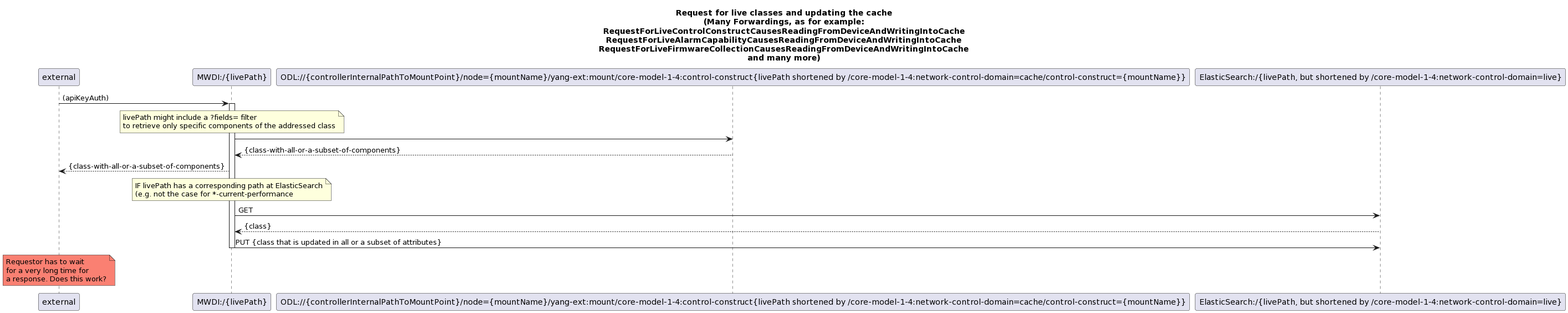
Earlier version of the PlantUML export spec/diagrams/500_LiveRessourcePathWithCacheUpdate.png (openBackhaul/MicroWaveDeviceInventory).
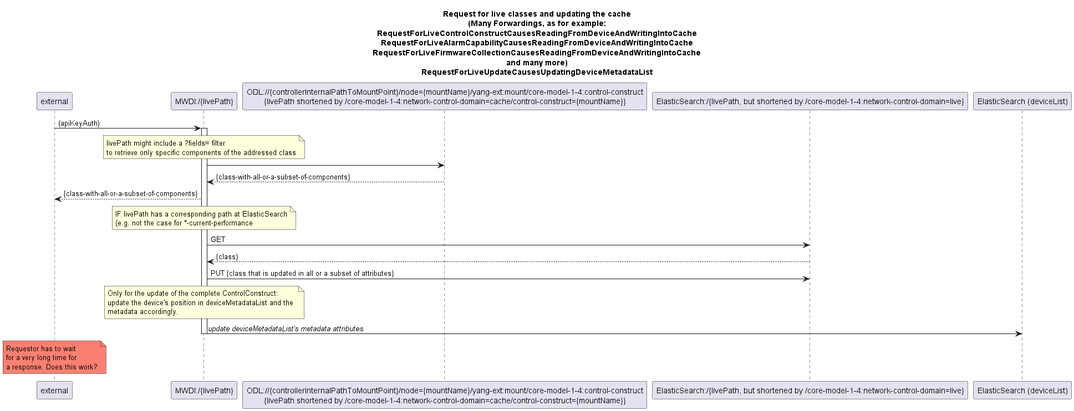
Later version of the same file.

Diff of the diagram source:
```diff
@@ -1,4 +1,4 @@
-@startuml
+@startuml 500_LiveRessourcePathWithCacheUpdate
 skinparam responseMessageBelowArrow true
 
 title
@@ -8,15 +8,15 @@
 RequestForLiveAlarmCapabilityCausesReadingFromDeviceAndWritingIntoCache
 RequestForLiveFirmwareCollectionCausesReadingFromDeviceAndWritingIntoCache
 and many more)
+RequestForLiveUpdateCausesUpdatingDeviceMetadataList
 end title
 
 
 participant "external" as requestor
 participant "MWDI:/{livePath}" as LiveControlConstructClass
-participant "ODL://{controllerInternalPathToMountPoint}/node={mountName}/yang-ext:mount/core-model-1-4:control-construct{livePath shortened by /core-model-1-4:network-control-domain=cache/control-construct={mountName}}" as OdlControlConstructClass
+participant "ODL://{controllerInternalPathToMountPoint}/node={mountName}/yang-ext:mount/core-model-1-4:control-construct\n{livePath shortened by /core-model-1-4:network-control-domain=cache/control-construct={mountName}}" as OdlControlConstructClass
 participant "ElasticSearch:/{livePath, but shortened by /core-model-1-4:network-control-domain=live}" as EsControlConstructClass
-
-
+participant "ElasticSearch (deviceList)" as deviceList
 
 requestor -> LiveControlConstructClass: (apiKeyAuth)
 activate LiveControlConstructClass
@@ -39,9 +39,17 @@
 
 LiveControlConstructClass -> EsControlConstructClass: PUT {class that is updated in all or a subset of attributes}
 
+note over LiveControlConstructClass
+  Only for the update of the complete ControlConstruct:
+  update the device's position in deviceMetadataList and the
+  metadata accordingly.
+end note
+LiveControlConstructClass -> deviceList: <i>update deviceMetadataList's metadata attributes</i>
+
 deactivate LiveControlConstructClass
 
 skinparam NoteBackgroundColor salmon
 note over requestor: Requestor has to wait \nfor a very long time for \na response. Does this work?
 skinparam NoteBackgroundColor default
+
 @enduml
```
